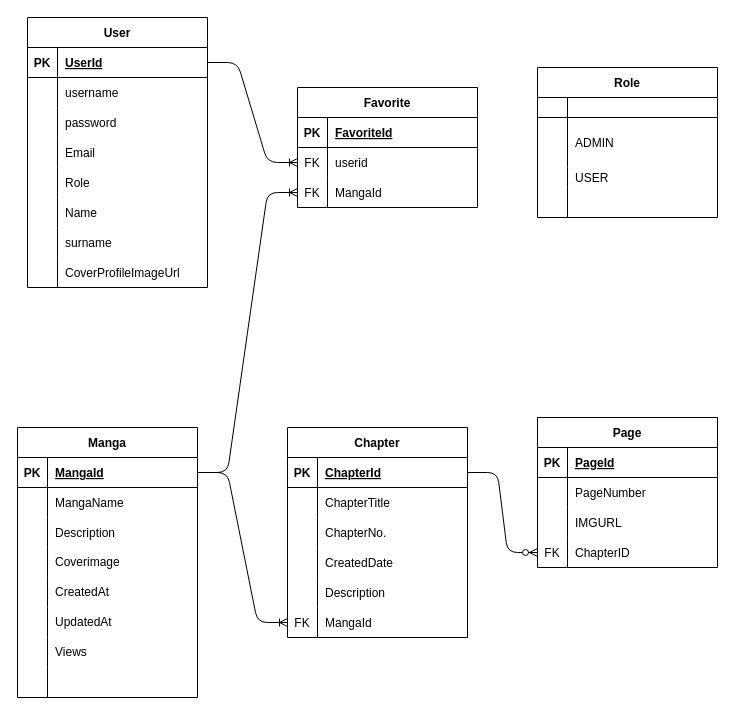
The draw.io diagram ERdiagram.drawio in Supakorn2539/MangaVerse, before the edit. Source tidied: cells renumbered, new cells numbered last; positions are measured from the earlier drawing's top-left corner, leaving out a move shared by most shapes. Both pictures are drawn from the tidied source at 100%, with x=0, y=0 at pixel (17, 17).
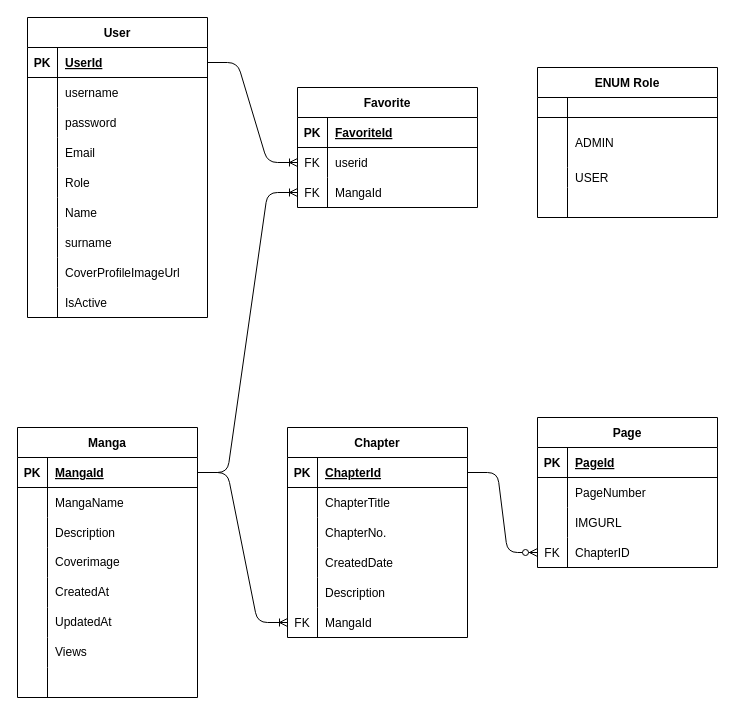
Above is the later version.

Diff of the diagram source:
```diff
@@
     <mxCell id="2" value="User" style="shape=table;startSize=30;childLayout=tableLayout;rowLines=0;fontStyle=1;align=center;" parent="1" vertex="1">
-      <mxGeometry x="10" width="180" height="270" as="geometry" />
+      <mxGeometry x="10" width="180" height="300" as="geometry" />
     </mxCell>
@@
+    <mxCell id="111" style="shape=tableRow;horizontal=0;startSize=0;swimlaneHead=0;swimlaneBody=0;fillColor=none;top=0;left=0;right=0;bottom=0;" parent="2" vertex="1">
+      <mxGeometry y="270" width="180" height="30" as="geometry" />
+    </mxCell>
+    <mxCell id="112" style="shape=partialRectangle;fillColor=none;top=0;left=0;bottom=0;right=0;overflow=hidden;" parent="111" vertex="1">
+      <mxGeometry width="30" height="30" as="geometry" />
+    </mxCell>
+    <mxCell id="113" value="IsActive" style="shape=partialRectangle;fillColor=none;top=0;left=0;bottom=0;right=0;align=left;spacingLeft=6;overflow=hidden;" parent="111" vertex="1">
+      <mxGeometry x="30" width="150" height="30" as="geometry" />
+    </mxCell>
@@
-    <mxCell id="98" value="Role" style="shape=table;startSize=30;childLayout=tableLayout;rowLines=0;fontStyle=1;align=center;" parent="1" vertex="1">
+    <mxCell id="98" value="ENUM Role" style="shape=table;startSize=30;childLayout=tableLayout;rowLines=0;fontStyle=1;align=center;" parent="1" vertex="1">
       <mxGeometry x="520" y="50" width="180" height="150" as="geometry" />
     </mxCell>
```
